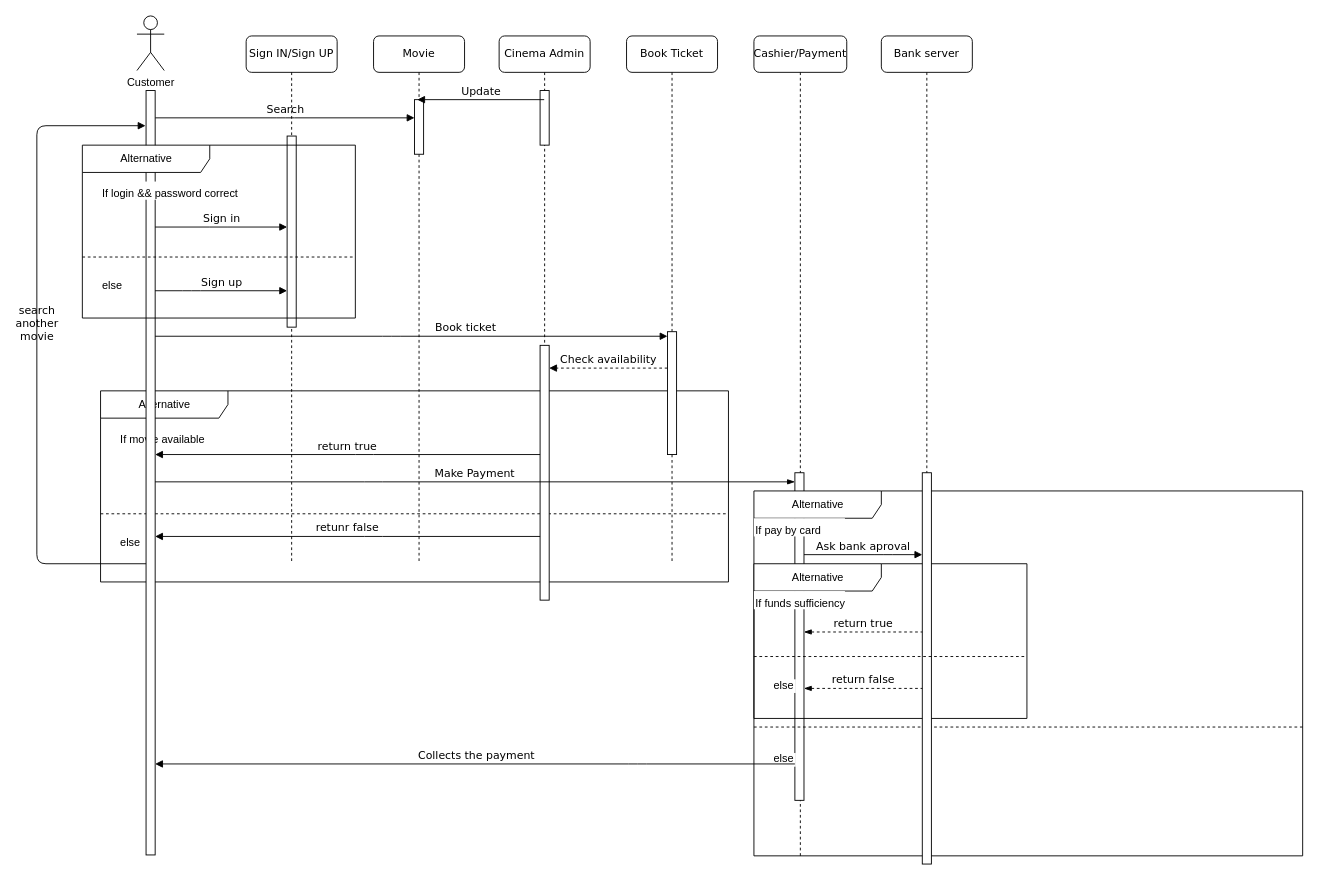
This is Diagramme sequence Design a Movie Ticket Booking System.drawio from Melydgt/Draw-io-UML-England, a draw.io file, before an edit. Source tidied: cells renumbered, new cells numbered last; positions are measured from the earlier drawing's top-left corner, leaving out a move shared by most shapes. Both pictures are drawn from the tidied source at 91%, with x=0, y=0 at pixel (27, 15).
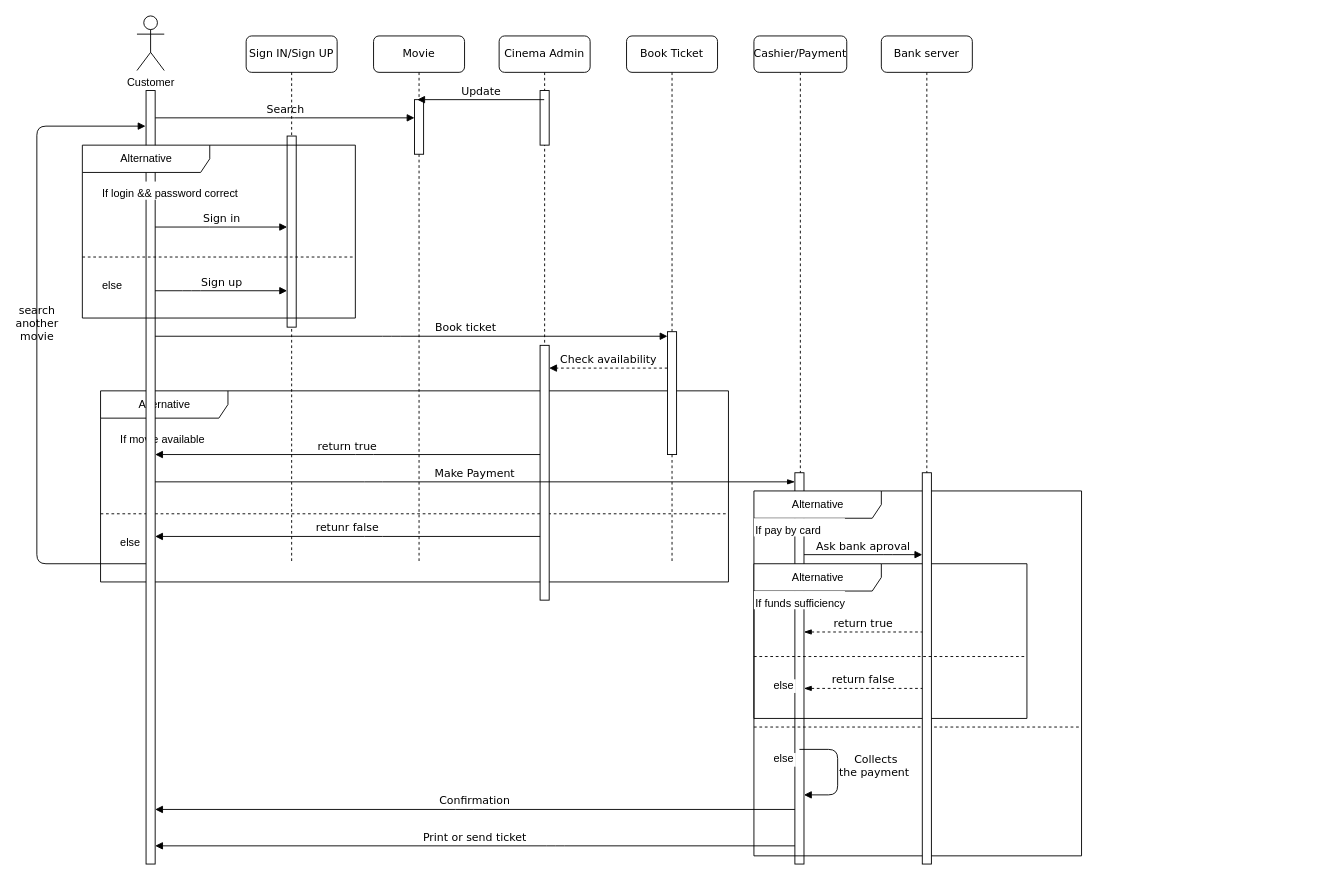
After the change.

Commit message (it also covers changes not shown here):
Mettre à jour Diagramme sequence Design a Movie Ticket Booking System.drawio

Change to the diagram source:
```diff
@@
     <mxCell id="12" value="Cashier/Payment" style="shape=umlLifeline;perimeter=lifelinePerimeter;whiteSpace=wrap;html=1;rounded=1;shadow=0;comic=0;labelBackgroundColor=none;strokeWidth=1;fontFamily=Verdana;fontSize=12;align=center;" parent="1" vertex="1">
-      <mxGeometry x="798" y="22" width="102" height="901" as="geometry" />
+      <mxGeometry x="798" y="22" width="102" height="910" as="geometry" />
     </mxCell>
     <mxCell id="13" style="html=1;points=[];perimeter=orthogonalPerimeter;rounded=0;shadow=0;comic=0;labelBackgroundColor=none;strokeWidth=1;fontFamily=Verdana;fontSize=12;align=center;" parent="12" vertex="1">
-      <mxGeometry x="45" y="480" width="10" height="360" as="geometry" />
+      <mxGeometry x="45" y="480" width="10" height="430" as="geometry" />
     </mxCell>
     <mxCell id="14" value="Alternative" style="shape=umlFrame;tabWidth=110;tabHeight=30;tabPosition=left;html=1;boundedLbl=1;labelInHeader=1;width=140;height=30;hachureGap=4;" parent="12" vertex="1">
-      <mxGeometry y="500" width="603" height="401" as="geometry" />
+      <mxGeometry y="500" width="360" height="401" as="geometry" />
     </mxCell>
@@
     <mxCell id="16" value="else" style="line;strokeWidth=1;dashed=1;labelPosition=center;verticalLabelPosition=bottom;align=left;verticalAlign=top;spacingLeft=20;spacingTop=15;hachureGap=4;" parent="14" vertex="1">
-      <mxGeometry y="253.2" width="603" height="12.5" as="geometry" />
+      <mxGeometry y="253.2" width="360" height="12.5" as="geometry" />
     </mxCell>
@@
+    <mxCell id="43" value="&amp;nbsp;Collects &lt;br&gt;the payment" style="html=1;verticalAlign=bottom;endArrow=block;labelBackgroundColor=none;fontFamily=Verdana;fontSize=12;edgeStyle=orthogonalEdgeStyle;elbow=vertical;" parent="12" edge="1">
+      <mxGeometry x="0.21" y="40" relative="1" as="geometry">
+        <mxPoint x="50" y="784" as="sourcePoint" />
+        <mxPoint x="55" y="834" as="targetPoint" />
+        <Array as="points">
+          <mxPoint x="92" y="784" />
+          <mxPoint x="92" y="834" />
+        </Array>
+        <mxPoint y="-1" as="offset" />
+      </mxGeometry>
+    </mxCell>
@@
     <mxCell id="27" style="html=1;points=[];perimeter=orthogonalPerimeter;rounded=0;shadow=0;comic=0;labelBackgroundColor=none;strokeWidth=1;fontFamily=Verdana;fontSize=12;align=center;" parent="1" vertex="1">
-      <mxGeometry x="130" y="82" width="10" height="840" as="geometry" />
+      <mxGeometry x="130" y="82" width="10" height="850" as="geometry" />
     </mxCell>
@@
-    <mxCell id="43" value="&amp;nbsp;Collects the payment" style="html=1;verticalAlign=bottom;endArrow=block;labelBackgroundColor=none;fontFamily=Verdana;fontSize=12;edgeStyle=elbowEdgeStyle;elbow=vertical;" parent="1" edge="1" source="13" target="27">
-      <mxGeometry relative="1" as="geometry">
-        <Array as="points">
-          <mxPoint x="670" y="822" />
-          <mxPoint x="1039.2" y="859.7" />
-          <mxPoint x="1039.2" y="811.8" />
-        </Array>
-      </mxGeometry>
-    </mxCell>
+    <mxCell id="44" value="Confirmation" style="html=1;verticalAlign=bottom;endArrow=block;labelBackgroundColor=none;fontFamily=Verdana;fontSize=12;edgeStyle=elbowEdgeStyle;elbow=vertical;" parent="1" edge="1" source="13" target="27">
+      <mxGeometry relative="1" as="geometry">
+        <Array as="points">
+          <mxPoint x="480" y="872" />
+          <mxPoint x="690" y="842" />
+          <mxPoint x="1059.2" y="879.7" />
+          <mxPoint x="1059.2" y="831.8" />
+        </Array>
+      </mxGeometry>
+    </mxCell>
+    <mxCell id="45" value="Print or send ticket" style="html=1;verticalAlign=bottom;endArrow=block;labelBackgroundColor=none;fontFamily=Verdana;fontSize=12;edgeStyle=elbowEdgeStyle;elbow=vertical;" parent="1" edge="1" source="13" target="27">
+      <mxGeometry relative="1" as="geometry">
+        <Array as="points">
+          <mxPoint x="580" y="912" />
+          <mxPoint x="530" y="902" />
+          <mxPoint x="490" y="882" />
+          <mxPoint x="700" y="852" />
+          <mxPoint x="1069.2" y="889.7" />
+          <mxPoint x="1069.2" y="841.8" />
+        </Array>
+      </mxGeometry>
+    </mxCell>
```
